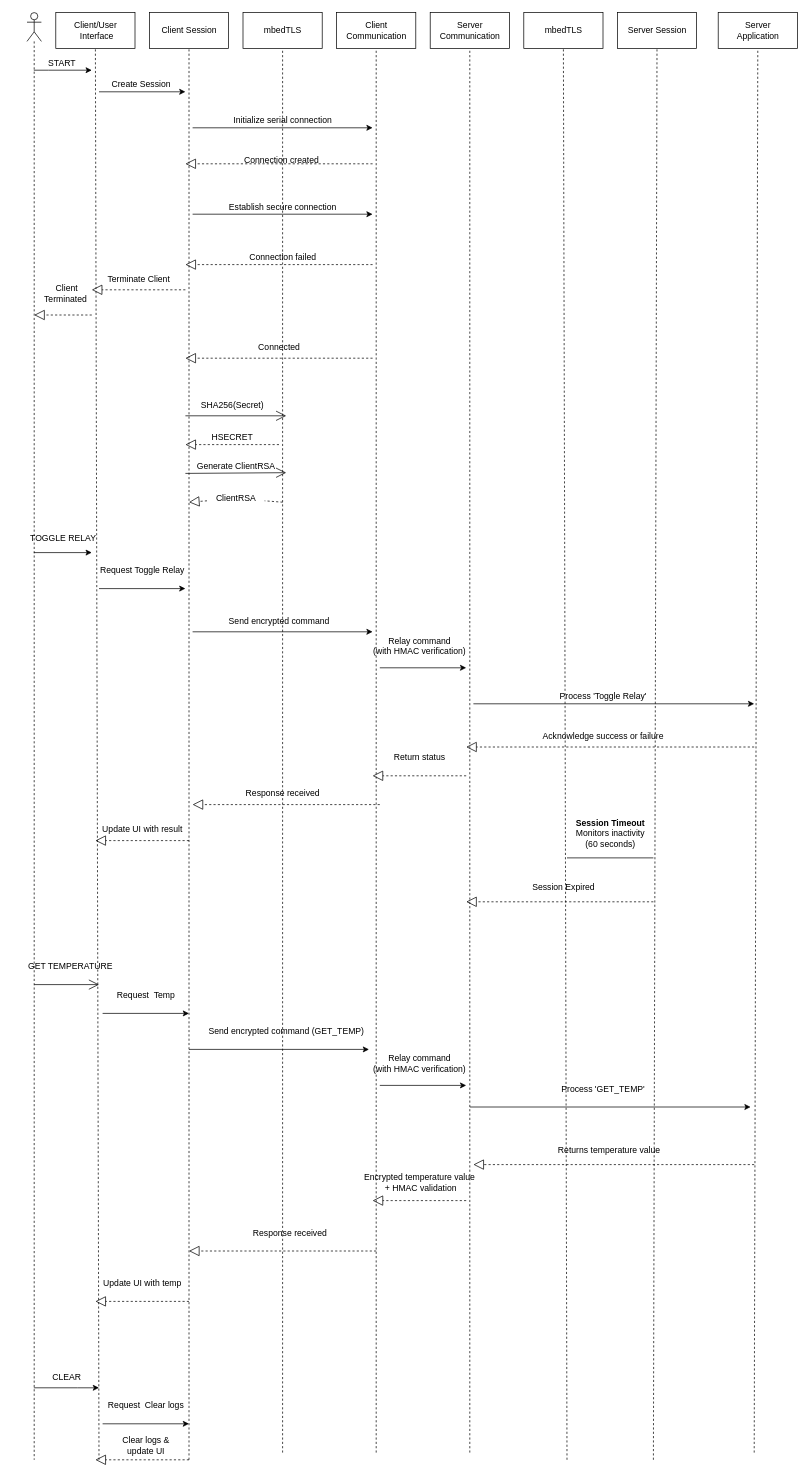
This is Server/docs/SequenceDiagram.drawio from ElliesWorld/Client-Server, a draw.io file, before an edit. Source tidied: cells renumbered, new cells numbered last; positions are measured from the earlier drawing's top-left corner, leaving out a move shared by most shapes. Both pictures are drawn from the tidied source at 72%, with x=0, y=0 at pixel (12, 12).
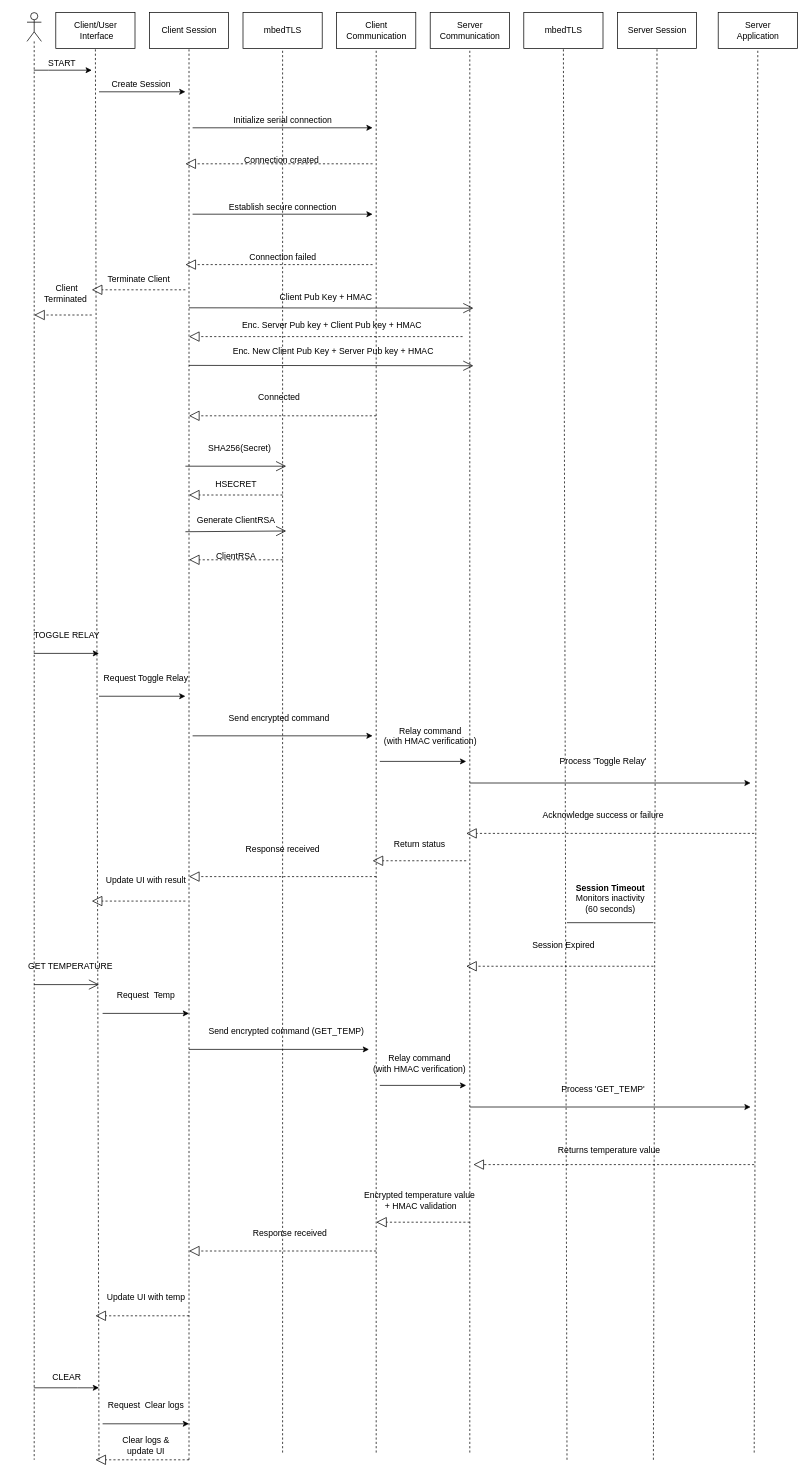
The same page after the edit.

Unchanged cells that the change refers to:
```xml
<mxCell id="10" style="shape=umlLifeline;participant=umlActor;perimeter=lifelinePerimeter;whiteSpace=wrap;html=1;verticalAlign=top;spacingTop=36;outlineConnect=0;" parent="1" vertex="1">
  <mxGeometry x="20" width="20" height="2010" as="geometry" />
</mxCell>
```

The edit, as a diff of the source:
```diff
@@
     <mxCell id="35" style="endArrow=block;dashed=1;endFill=0;endSize=12;html=1;" parent="1" edge="1">
       <mxGeometry relative="1" as="geometry">
-        <mxPoint x="500" y="480" as="sourcePoint" />
-        <mxPoint x="240" y="480" as="targetPoint" />
+        <mxPoint x="505" y="560" as="sourcePoint" />
+        <mxPoint x="245" y="560" as="targetPoint" />
       </mxGeometry>
     </mxCell>
     <mxCell id="36" value="Connected" style="text;html=1;align=center;verticalAlign=middle;strokeColor=none;fillColor=none;" parent="1" vertex="1">
-      <mxGeometry x="330" y="450" width="80" height="30" as="geometry" />
+      <mxGeometry x="330" y="520" width="80" height="30" as="geometry" />
     </mxCell>
     <mxCell id="37" style="endArrow=open;endFill=1;endSize=12;html=1;" parent="1" edge="1">
       <mxGeometry relative="1" as="geometry">
-        <mxPoint x="240" y="560" as="sourcePoint" />
-        <mxPoint x="380" y="560" as="targetPoint" />
+        <mxPoint x="240" y="630" as="sourcePoint" />
+        <mxPoint x="380" y="630" as="targetPoint" />
       </mxGeometry>
     </mxCell>
     <mxCell id="38" value="SHA256(Secret)" style="text;html=1;align=center;verticalAlign=middle;strokeColor=none;fillColor=none;" parent="1" vertex="1">
-      <mxGeometry x="250" y="530" width="110" height="30" as="geometry" />
+      <mxGeometry x="260" y="590" width="110" height="30" as="geometry" />
     </mxCell>
     <mxCell id="39" style="endArrow=open;endFill=1;endSize=12;html=1;" parent="1" edge="1">
       <mxGeometry relative="1" as="geometry">
-        <mxPoint x="240" y="640" as="sourcePoint" />
-        <mxPoint x="380" y="639" as="targetPoint" />
+        <mxPoint x="240" y="721" as="sourcePoint" />
+        <mxPoint x="380" y="720" as="targetPoint" />
       </mxGeometry>
     </mxCell>
     <mxCell id="40" value="Generate ClientRSA" style="text;html=1;align=center;verticalAlign=middle;strokeColor=none;fillColor=none;" parent="1" vertex="1">
-      <mxGeometry x="245" y="615" width="130" height="30" as="geometry" />
+      <mxGeometry x="245" y="690" width="130" height="30" as="geometry" />
     </mxCell>
     <mxCell id="41" style="endArrow=block;dashed=1;endFill=0;endSize=12;html=1;" parent="1" edge="1">
       <mxGeometry relative="1" as="geometry">
-        <mxPoint x="370" y="600" as="sourcePoint" />
-        <mxPoint x="240" y="600" as="targetPoint" />
+        <mxPoint x="375" y="670" as="sourcePoint" />
+        <mxPoint x="245" y="670" as="targetPoint" />
       </mxGeometry>
     </mxCell>
     <mxCell id="42" value="HSECRET" style="text;html=1;align=center;verticalAlign=middle;strokeColor=none;fillColor=none;" parent="1" vertex="1">
-      <mxGeometry x="265" y="575" width="80" height="30" as="geometry" />
+      <mxGeometry x="270" y="640" width="80" height="30" as="geometry" />
     </mxCell>
-    <mxCell id="43" style="endArrow=block;dashed=1;endFill=0;endSize=12;html=1;startArrow=none;" parent="1" edge="1" source="45">
-      <mxGeometry relative="1" as="geometry">
-        <mxPoint x="245" y="680" as="targetPoint" />
-      </mxGeometry>
-    </mxCell>
-    <mxCell id="44" style="endArrow=none;dashed=1;endFill=0;endSize=12;html=1;" parent="1" edge="1" target="45">
-      <mxGeometry relative="1" as="geometry">
-        <mxPoint x="375" y="680" as="sourcePoint" />
-      </mxGeometry>
-    </mxCell>
-    <mxCell id="45" value="ClientRSA" style="text;html=1;align=center;verticalAlign=middle;points=[];strokeColor=none;fillColor=none;" parent="1" vertex="1">
-      <mxGeometry x="270" y="660" width="80" height="30" as="geometry" />
-    </mxCell>
     <mxCell id="46" value="Request Toggle Relay" style="text;html=1;align=center;verticalAlign=middle;strokeColor=none;fillColor=none;" parent="1" vertex="1">
-      <mxGeometry x="110" y="760" width="140" height="30" as="geometry" />
+      <mxGeometry x="115" y="910" width="140" height="30" as="geometry" />
     </mxCell>
     <mxCell id="47" style="endArrow=classic;html=1;" parent="1" edge="1">
       <mxGeometry relative="1" as="geometry">
-        <mxPoint x="120" y="800" as="sourcePoint" />
-        <mxPoint x="240" y="800" as="targetPoint" />
+        <mxPoint x="120" y="949.5" as="sourcePoint" />
+        <mxPoint x="240" y="949.5" as="targetPoint" />
       </mxGeometry>
     </mxCell>
     <mxCell id="48" style="endArrow=classic;html=1;" parent="1" edge="1" source="10">
       <mxGeometry relative="1" as="geometry">
-        <mxPoint x="110" y="750" as="targetPoint" />
+        <mxPoint x="120" y="890" as="targetPoint" />
+        <Array as="points">
+          <mxPoint x="30" y="890" />
+        </Array>
       </mxGeometry>
     </mxCell>
     <mxCell id="49" value="TOGGLE RELAY" style="text;html=1;align=center;verticalAlign=middle;strokeColor=none;fillColor=none;" parent="1" vertex="1">
-      <mxGeometry x="10" y="715" width="120" height="30" as="geometry" />
+      <mxGeometry x="15" y="850" width="120" height="30" as="geometry" />
     </mxCell>
     <mxCell id="50" style="endArrow=classic;html=1;" parent="1" edge="1">
       <mxGeometry relative="1" as="geometry">
-        <mxPoint x="250" y="860" as="sourcePoint" />
-        <mxPoint x="500" y="860" as="targetPoint" />
+        <mxPoint x="250" y="1004.5" as="sourcePoint" />
+        <mxPoint x="500" y="1004.5" as="targetPoint" />
       </mxGeometry>
     </mxCell>
     <mxCell id="51" value="Send encrypted command" style="text;html=1;align=center;verticalAlign=middle;strokeColor=none;fillColor=none;" parent="1" vertex="1">
-      <mxGeometry x="290" y="830" width="160" height="30" as="geometry" />
+      <mxGeometry x="290" y="965" width="160" height="30" as="geometry" />
     </mxCell>
     <mxCell id="52" style="endArrow=classic;html=1;" parent="1" edge="1">
       <mxGeometry relative="1" as="geometry">
-        <mxPoint x="510" y="910" as="sourcePoint" />
-        <mxPoint x="630" y="910" as="targetPoint" />
+        <mxPoint x="510" y="1040" as="sourcePoint" />
+        <mxPoint x="630" y="1040" as="targetPoint" />
       </mxGeometry>
     </mxCell>
     <mxCell id="53" value="Relay command &lt;br&gt;(with HMAC verification)" style="text;html=1;align=center;verticalAlign=middle;strokeColor=none;fillColor=none;" parent="1" vertex="1">
-      <mxGeometry x="490" y="860" width="150" height="40" as="geometry" />
+      <mxGeometry x="505" y="985" width="150" height="40" as="geometry" />
     </mxCell>
     <mxCell id="54" style="endArrow=classic;html=1;" parent="1" edge="1">
       <mxGeometry relative="1" as="geometry">
-        <mxPoint x="640" y="960" as="sourcePoint" />
-        <mxPoint x="1030" y="960" as="targetPoint" />
+        <mxPoint x="635" y="1070" as="sourcePoint" />
+        <mxPoint x="1025" y="1070" as="targetPoint" />
       </mxGeometry>
     </mxCell>
     <mxCell id="55" value="Process 'Toggle Relay'" style="text;html=1;align=center;verticalAlign=middle;strokeColor=none;fillColor=none;" parent="1" vertex="1">
-      <mxGeometry x="750" y="935" width="140" height="30" as="geometry" />
+      <mxGeometry x="750" y="1025" width="140" height="30" as="geometry" />
     </mxCell>
     <mxCell id="56" style="endArrow=block;dashed=1;endFill=0;endSize=12;html=1;" parent="1" edge="1">
       <mxGeometry relative="1" as="geometry">
-        <mxPoint x="1030" y="1020" as="sourcePoint" />
-        <mxPoint x="630" y="1020" as="targetPoint" />
+        <mxPoint x="1030" y="1140" as="sourcePoint" />
+        <mxPoint x="630" y="1140" as="targetPoint" />
       </mxGeometry>
     </mxCell>
     <mxCell id="57" value="Acknowledge success or failure" style="text;html=1;align=center;verticalAlign=middle;strokeColor=none;fillColor=none;" parent="1" vertex="1">
-      <mxGeometry x="725" y="990" width="190" height="30" as="geometry" />
+      <mxGeometry x="725" y="1100" width="190" height="30" as="geometry" />
     </mxCell>
     <mxCell id="58" style="endArrow=block;dashed=1;endFill=0;endSize=12;html=1;" parent="1" edge="1">
       <mxGeometry relative="1" as="geometry">
-        <mxPoint x="630" y="1060" as="sourcePoint" />
-        <mxPoint x="500" y="1060" as="targetPoint" />
+        <mxPoint x="630" y="1178" as="sourcePoint" />
+        <mxPoint x="500" y="1178" as="targetPoint" />
       </mxGeometry>
     </mxCell>
     <mxCell id="59" value="Return status" style="text;html=1;align=center;verticalAlign=middle;strokeColor=none;fillColor=none;" parent="1" vertex="1">
-      <mxGeometry x="520" y="1020" width="90" height="30" as="geometry" />
+      <mxGeometry x="520" y="1140" width="90" height="30" as="geometry" />
     </mxCell>
     <mxCell id="60" style="endArrow=block;dashed=1;endFill=0;endSize=12;html=1;" parent="1" edge="1">
       <mxGeometry relative="1" as="geometry">
-        <mxPoint x="510" y="1100" as="sourcePoint" />
-        <mxPoint x="250" y="1100" as="targetPoint" />
+        <mxPoint x="505" y="1200" as="sourcePoint" />
+        <mxPoint x="245" y="1200" as="targetPoint" />
       </mxGeometry>
     </mxCell>
     <mxCell id="61" value="Response received" style="text;html=1;align=center;verticalAlign=middle;strokeColor=none;fillColor=none;" parent="1" vertex="1">
-      <mxGeometry x="310" y="1070" width="130" height="30" as="geometry" />
+      <mxGeometry x="310" y="1148" width="130" height="30" as="geometry" />
     </mxCell>
     <mxCell id="62" style="endArrow=block;dashed=1;endFill=0;endSize=12;html=1;" parent="1" edge="1">
       <mxGeometry relative="1" as="geometry">
-        <mxPoint x="245" y="1150" as="sourcePoint" />
-        <mxPoint x="115" y="1150" as="targetPoint" />
+        <mxPoint x="240" y="1234" as="sourcePoint" />
+        <mxPoint x="110" y="1234" as="targetPoint" />
       </mxGeometry>
     </mxCell>
     <mxCell id="63" value="Update UI with result" style="text;html=1;align=center;verticalAlign=middle;strokeColor=none;fillColor=none;" parent="1" vertex="1">
-      <mxGeometry x="115" y="1120" width="130" height="30" as="geometry" />
+      <mxGeometry x="120" y="1190" width="130" height="30" as="geometry" />
     </mxCell>
     <mxCell id="64" style="line;strokeWidth=1;fillColor=none;align=left;verticalAlign=middle;spacingTop=-1;spacingLeft=3;spacingRight=3;labelPosition=right;strokeColor=inherit;" parent="1" vertex="1">
-      <mxGeometry x="770" y="1170" width="120" height="8" as="geometry" />
+      <mxGeometry x="770" y="1260" width="120" height="8" as="geometry" />
     </mxCell>
     <mxCell id="65" value="&lt;strong&gt;Session Timeout&lt;br&gt;&lt;/strong&gt;Monitors inactivity &lt;br&gt;(60 seconds)&lt;strong&gt;&lt;br&gt;&lt;/strong&gt;" style="text;html=1;align=center;verticalAlign=middle;strokeColor=none;fillColor=none;" parent="1" vertex="1">
-      <mxGeometry x="770" y="1110" width="120" height="60" as="geometry" />
+      <mxGeometry x="770" y="1200" width="120" height="60" as="geometry" />
     </mxCell>
     <mxCell id="66" value="Session Expired" style="text;html=1;align=center;verticalAlign=middle;strokeColor=none;fillColor=none;" parent="1" vertex="1">
-      <mxGeometry x="710" y="1200" width="110" height="30" as="geometry" />
+      <mxGeometry x="710" y="1280" width="110" height="30" as="geometry" />
     </mxCell>
@@
     <mxCell id="71" style="endArrow=block;dashed=1;endFill=0;endSize=12;html=1;" parent="1" edge="1">
       <mxGeometry relative="1" as="geometry">
-        <mxPoint x="890" y="1235" as="sourcePoint" />
-        <mxPoint x="630" y="1235" as="targetPoint" />
+        <mxPoint x="890" y="1324.5" as="sourcePoint" />
+        <mxPoint x="630" y="1324.5" as="targetPoint" />
       </mxGeometry>
     </mxCell>
@@
     <mxCell id="82" style="endArrow=block;dashed=1;endFill=0;endSize=12;html=1;" parent="1" edge="1">
       <mxGeometry relative="1" as="geometry">
-        <mxPoint x="630" y="1650" as="sourcePoint" />
-        <mxPoint x="500" y="1650" as="targetPoint" />
+        <mxPoint x="635" y="1680" as="sourcePoint" />
+        <mxPoint x="505" y="1680" as="targetPoint" />
       </mxGeometry>
     </mxCell>
     <mxCell id="83" value="Encrypted temperature value&lt;br&gt;&amp;nbsp;+ HMAC validation" style="text;html=1;align=center;verticalAlign=middle;strokeColor=none;fillColor=none;" parent="1" vertex="1">
-      <mxGeometry x="475" y="1605" width="180" height="40" as="geometry" />
+      <mxGeometry x="475" y="1630" width="180" height="40" as="geometry" />
     </mxCell>
@@
     <mxCell id="86" value="Update UI with temp" style="text;html=1;align=center;verticalAlign=middle;strokeColor=none;fillColor=none;" parent="1" vertex="1">
-      <mxGeometry x="115" y="1750" width="130" height="30" as="geometry" />
+      <mxGeometry x="120" y="1770" width="130" height="30" as="geometry" />
     </mxCell>
     <mxCell id="87" style="endArrow=block;dashed=1;endFill=0;endSize=12;html=1;" parent="1" edge="1">
       <mxGeometry relative="1" as="geometry">
-        <mxPoint x="245" y="1790" as="sourcePoint" />
-        <mxPoint x="115" y="1790" as="targetPoint" />
+        <mxPoint x="245" y="1810" as="sourcePoint" />
+        <mxPoint x="115" y="1810" as="targetPoint" />
       </mxGeometry>
     </mxCell>
@@
+    <mxCell id="92" style="endArrow=open;endFill=1;endSize=12;html=1;" parent="1" edge="1">
+      <mxGeometry relative="1" as="geometry">
+        <mxPoint x="245" y="410" as="sourcePoint" />
+        <mxPoint x="640" y="410.5" as="targetPoint" />
+      </mxGeometry>
+    </mxCell>
+    <mxCell id="93" value="Client Pub Key + HMAC" style="text;html=1;align=center;verticalAlign=middle;strokeColor=none;fillColor=none;" parent="1" vertex="1">
+      <mxGeometry x="360" y="380" width="150" height="30" as="geometry" />
+    </mxCell>
+    <mxCell id="94" style="endArrow=block;dashed=1;endFill=0;endSize=12;html=1;" parent="1" edge="1">
+      <mxGeometry relative="1" as="geometry">
+        <mxPoint x="625" y="450" as="sourcePoint" />
+        <mxPoint x="245" y="450" as="targetPoint" />
+      </mxGeometry>
+    </mxCell>
+    <mxCell id="95" value="Enc. Server Pub key + Client Pub key + HMAC&amp;nbsp;" style="text;html=1;align=center;verticalAlign=middle;strokeColor=none;fillColor=none;" parent="1" vertex="1">
+      <mxGeometry x="305" y="420" width="280" height="30" as="geometry" />
+    </mxCell>
+    <mxCell id="96" style="endArrow=block;dashed=1;endFill=0;endSize=12;html=1;" parent="1" edge="1">
+      <mxGeometry relative="1" as="geometry">
+        <mxPoint x="375" y="760" as="sourcePoint" />
+        <mxPoint x="245" y="760" as="targetPoint" />
+      </mxGeometry>
+    </mxCell>
+    <mxCell id="45" value="ClientRSA" style="text;html=1;align=center;verticalAlign=middle;points=[];strokeColor=none;fillColor=none;" parent="1" vertex="1">
+      <mxGeometry x="270" y="740" width="80" height="30" as="geometry" />
+    </mxCell>
+    <mxCell id="97" style="endArrow=open;endFill=1;endSize=12;html=1;" parent="1" edge="1">
+      <mxGeometry relative="1" as="geometry">
+        <mxPoint x="245" y="490" as="sourcePoint" />
+        <mxPoint x="640" y="490.5" as="targetPoint" />
+      </mxGeometry>
+    </mxCell>
+    <mxCell id="98" value="&amp;nbsp; &amp;nbsp; &amp;nbsp; &amp;nbsp; &amp;nbsp; &amp;nbsp; &amp;nbsp; &amp;nbsp; &amp;nbsp; &amp;nbsp; &amp;nbsp; Enc. New Client Pub Key + Server Pub key + HMAC&amp;nbsp;" style="text;html=1;align=center;verticalAlign=middle;strokeColor=none;fillColor=none;" parent="1" vertex="1">
+      <mxGeometry x="220" y="455" width="380" height="30" as="geometry" />
+    </mxCell>
```
